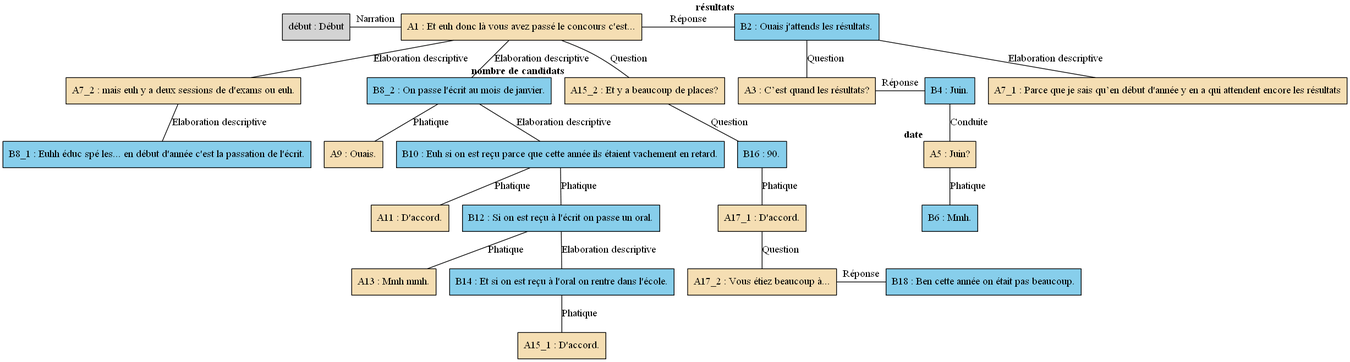
Earlier version of the Graphviz export arbres/Concours/Concours_-_C03.gv.png (AlaixComet/AnnotationSlamPTut). Its source is kept beside it as arbres/Concours/Concours_-_C03.gv.
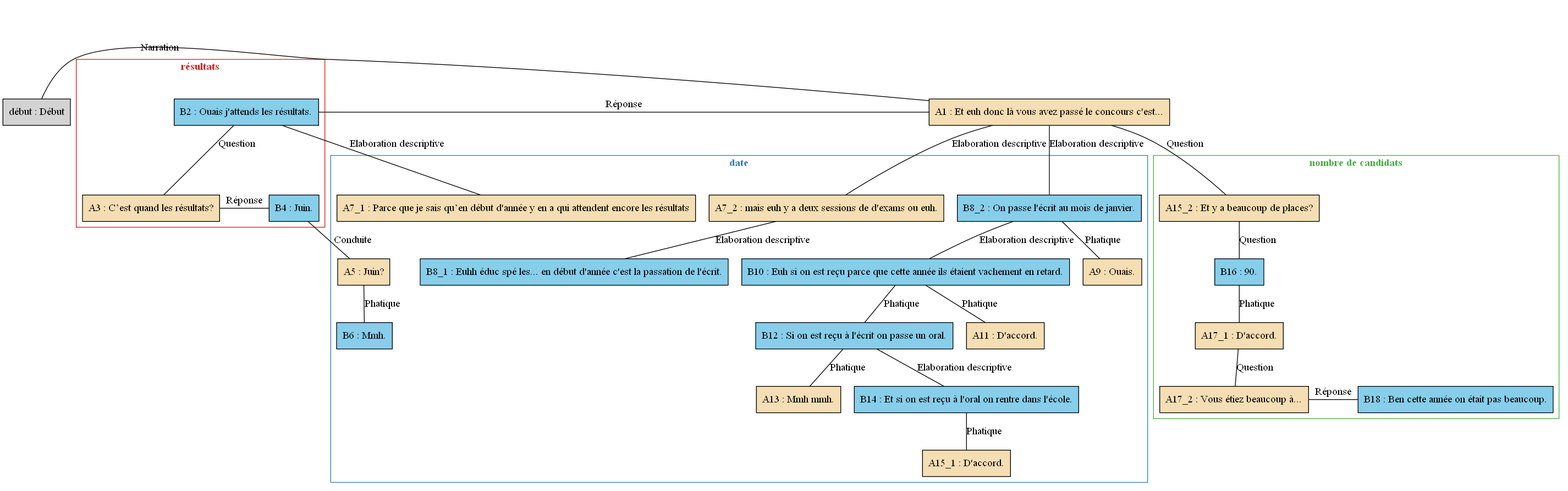
The same file after the commit.

Change to the diagram source:
```diff
@@ -1,68 +1,94 @@
 digraph C03 {
 	node [shape=box style=filled]
-	"début" [label="début : Début" xlabel=""]
-	A1 [label="A1 : Et euh donc là vous avez passé le concours c'est..." fillcolor=wheat xlabel=""]
-	B2 [label="B2 : Ouais j'attends les résultats." fillcolor=skyblue xlabel=<<B>résultats</B>>]
-	A3 [label="A3 : C’est quand les résultats?" fillcolor=wheat xlabel=""]
-	B4 [label="B4 : Juin." fillcolor=skyblue xlabel=""]
-	A5 [label="A5 : Juin?" fillcolor=wheat xlabel=<<B>date</B>>]
-	B6 [label="B6 : Mmh." fillcolor=skyblue xlabel=""]
-	A7_1 [label="A7_1 : Parce que je sais qu’en début d'année y en a qui attendent encore les résultats" fillcolor=wheat xlabel=""]
-	A7_2 [label="A7_2 : mais euh y a deux sessions de d'exams ou euh." fillcolor=wheat xlabel=""]
-	B8_1 [label="B8_1 : Euhh éduc spé les... en début d'année c'est la passation de l'écrit." fillcolor=skyblue xlabel=""]
-	B8_2 [label="B8_2 : On passe l'écrit au mois de janvier." fillcolor=skyblue xlabel=""]
-	A9 [label="A9 : Ouais." fillcolor=wheat xlabel=""]
-	B10 [label="B10 : Euh si on est reçu parce que cette année ils étaient vachement en retard." fillcolor=skyblue xlabel=""]
-	A11 [label="A11 : D'accord." fillcolor=wheat xlabel=""]
-	B12 [label="B12 : Si on est reçu à l'écrit on passe un oral." fillcolor=skyblue xlabel=""]
-	A13 [label="A13 : Mmh mmh." fillcolor=wheat xlabel=""]
-	B14 [label="B14 : Et si on est reçu à l'oral on rentre dans l'école." fillcolor=skyblue xlabel=""]
-	A15_1 [label="A15_1 : D'accord." fillcolor=wheat xlabel=""]
-	A15_2 [label="A15_2 : Et y a beaucoup de places?" fillcolor=wheat xlabel=<<B>nombre de candidats</B>>]
-	B16 [label="B16 : 90." fillcolor=skyblue xlabel=""]
-	A17_1 [label="A17_1 : D'accord." fillcolor=wheat xlabel=""]
-	A17_2 [label="A17_2 : Vous étiez beaucoup à..." fillcolor=wheat xlabel=""]
-	B18 [label="B18 : Ben cette année on était pas beaucoup." fillcolor=skyblue xlabel=""]
-	{
-		rank=same
-		"début"
-		A1
-		"début" -> A1 [label=Narration dir=none]
-	}
-	{
-		rank=same
-		A1
+	newrank=true
+	zero [style=invis]
+	"début" [label="début : Début"]
+	A1 [label="A1 : Et euh donc là vous avez passé le concours c'est..." fillcolor=wheat]
+	B2 [label="B2 : Ouais j'attends les résultats." fillcolor=skyblue]
+	A3 [label="A3 : C’est quand les résultats?" fillcolor=wheat]
+	B4 [label="B4 : Juin." fillcolor=skyblue]
+	A5 [label="A5 : Juin?" fillcolor=wheat]
+	B6 [label="B6 : Mmh." fillcolor=skyblue]
+	A7_1 [label="A7_1 : Parce que je sais qu’en début d'année y en a qui attendent encore les résultats" fillcolor=wheat]
+	A7_2 [label="A7_2 : mais euh y a deux sessions de d'exams ou euh." fillcolor=wheat]
+	B8_1 [label="B8_1 : Euhh éduc spé les... en début d'année c'est la passation de l'écrit." fillcolor=skyblue]
+	B8_2 [label="B8_2 : On passe l'écrit au mois de janvier." fillcolor=skyblue]
+	A9 [label="A9 : Ouais." fillcolor=wheat]
+	B10 [label="B10 : Euh si on est reçu parce que cette année ils étaient vachement en retard." fillcolor=skyblue]
+	A11 [label="A11 : D'accord." fillcolor=wheat]
+	B12 [label="B12 : Si on est reçu à l'écrit on passe un oral." fillcolor=skyblue]
+	A13 [label="A13 : Mmh mmh." fillcolor=wheat]
+	B14 [label="B14 : Et si on est reçu à l'oral on rentre dans l'école." fillcolor=skyblue]
+	A15_1 [label="A15_1 : D'accord." fillcolor=wheat]
+	A15_2 [label="A15_2 : Et y a beaucoup de places?" fillcolor=wheat]
+	B16 [label="B16 : 90." fillcolor=skyblue]
+	A17_1 [label="A17_1 : D'accord." fillcolor=wheat]
+	A17_2 [label="A17_2 : Vous étiez beaucoup à..." fillcolor=wheat]
+	B18 [label="B18 : Ben cette année on était pas beaucoup." fillcolor=skyblue]
+	zero -> "début" [label="" style=invis]
+	zero -> A1 [style=invis weight=1]
+	"début" -> A1 [label=Narration constraint=false dir=none]
+	zero -> B2 [style=invis weight=1]
+	A1 -> B2 [label="Réponse" constraint=false dir=none]
+	B2 -> A3 [label=Question dir=none weight=2]
+	B2 -> B4 [style=invis weight=1]
+	A3 -> B4 [label="Réponse" constraint=false dir=none]
+	B4 -> A5 [label=Conduite dir=none weight=2]
+	A5 -> B6 [label=Phatique dir=none weight=2]
+	B2 -> A7_1 [label="Elaboration descriptive" dir=none weight=2]
+	A1 -> A7_2 [label="Elaboration descriptive" dir=none weight=2]
+	A7_2 -> B8_1 [label="Elaboration descriptive" dir=none weight=2]
+	A1 -> B8_2 [label="Elaboration descriptive" dir=none weight=2]
+	B8_2 -> A9 [label=Phatique dir=none weight=2]
+	B8_2 -> B10 [label="Elaboration descriptive" dir=none weight=2]
+	B10 -> A11 [label=Phatique dir=none weight=2]
+	B10 -> B12 [label=Phatique dir=none weight=2]
+	B12 -> A13 [label=Phatique dir=none weight=2]
+	B12 -> B14 [label="Elaboration descriptive" dir=none weight=2]
+	B14 -> A15_1 [label=Phatique dir=none weight=2]
+	A1 -> A15_2 [label=Question dir=none weight=2]
+	A15_2 -> B16 [label=Question dir=none weight=2]
+	B16 -> A17_1 [label=Phatique dir=none weight=2]
+	A17_1 -> A17_2 [label=Question dir=none weight=2]
+	A17_1 -> B18 [style=invis weight=1]
+	A17_2 -> B18 [label="Réponse" constraint=false dir=none]
+	subgraph cluster_1 {
+		label=<<B>résultats</B>>
+		colorscheme=set19
+		color=1
+		fontcolor=1
 		B2
-		A1 -> B2 [label="Réponse" dir=none]
-	}
-	B2 -> A3 [label=Question dir=none]
-	{
-		rank=same
 		A3
 		B4
-		A3 -> B4 [label="Réponse" dir=none]
 	}
-	B4 -> A5 [label=Conduite dir=none]
-	A5 -> B6 [label=Phatique dir=none]
-	B2 -> A7_1 [label="Elaboration descriptive" dir=none]
-	A1 -> A7_2 [label="Elaboration descriptive" dir=none]
-	A7_2 -> B8_1 [label="Elaboration descriptive" dir=none]
-	A1 -> B8_2 [label="Elaboration descriptive" dir=none]
-	B8_2 -> A9 [label=Phatique dir=none]
-	B8_2 -> B10 [label="Elaboration descriptive" dir=none]
-	B10 -> A11 [label=Phatique dir=none]
-	B10 -> B12 [label=Phatique dir=none]
-	B12 -> A13 [label=Phatique dir=none]
-	B12 -> B14 [label="Elaboration descriptive" dir=none]
-	B14 -> A15_1 [label=Phatique dir=none]
-	A1 -> A15_2 [label=Question dir=none]
-	A15_2 -> B16 [label=Question dir=none]
-	B16 -> A17_1 [label=Phatique dir=none]
-	A17_1 -> A17_2 [label=Question dir=none]
-	{
-		rank=same
+	subgraph cluster_2 {
+		label=<<B>date</B>>
+		colorscheme=set19
+		color=2
+		fontcolor=2
+		A5
+		B6
+		A7_1
+		A7_2
+		B8_1
+		B8_2
+		A9
+		B10
+		A11
+		B12
+		A13
+		B14
+		A15_1
+	}
+	subgraph cluster_3 {
+		label=<<B>nombre de candidats</B>>
+		colorscheme=set19
+		color=3
+		fontcolor=3
+		A15_2
+		B16
+		A17_1
 		A17_2
 		B18
-		A17_2 -> B18 [label="Réponse" dir=none]
 	}
 }
```
